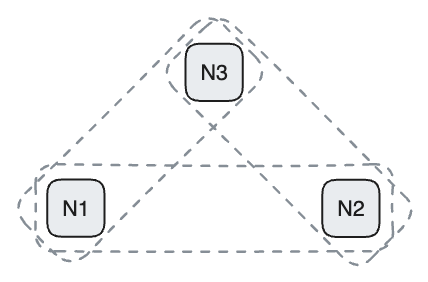
drmingdrmer/consensus-essence keeps this Excalidraw diagram as src/list/raxos/quorum-majority-3.excalidraw.png. Above is the earlier version. Source tidied: one line per element, renumbered; positions are measured from the earlier drawing's top-left corner, leaving out a move shared by most shapes.
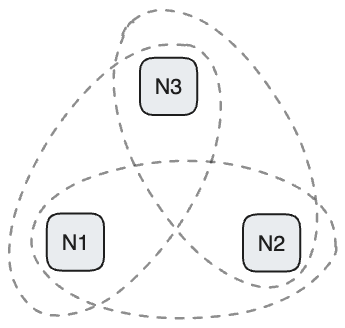
Above is the later version.

Diff of the diagram source:
```diff
@@ -1,9 +1,9 @@
-{"id": 0, "type": "rectangle", "strokeColor": "#1e1e1e", "backgroundColor": "#e9ecef", "fillStyle": "solid", "strokeWidth": 2, "roughness": 0, "round": true, "x": 48, "y": 136, "width": 57, "height": 57}
+{"id": 0, "type": "rectangle", "strokeColor": "#1e1e1e", "backgroundColor": "#e9ecef", "fillStyle": "solid", "strokeWidth": 2, "roughness": 0, "round": true, "x": 93, "y": 156, "width": 57, "height": 57}
-{"id": 1, "type": "text", "text": "N1", "strokeColor": "#1e1e1e", "strokeWidth": 2, "roughness": 1, "fontSize": 21.56, "fontFamily": 2, "textAlign": "center", "verticalAlign": "middle", "inside": 0, "x": 63, "y": 152, "width": 28, "height": 25}
+{"id": 1, "type": "text", "text": "N1", "strokeColor": "#1e1e1e", "strokeWidth": 2, "roughness": 1, "fontSize": 21.56, "fontFamily": 2, "textAlign": "center", "verticalAlign": "middle", "inside": 0, "x": 108, "y": 172, "width": 28, "height": 25}
-{"id": 2, "type": "rectangle", "strokeColor": "#1e1e1e", "backgroundColor": "#e9ecef", "fillStyle": "solid", "strokeWidth": 2, "roughness": 0, "round": true, "x": 323, "y": 136, "width": 57, "height": 57}
+{"id": 2, "type": "rectangle", "strokeColor": "#1e1e1e", "backgroundColor": "#e9ecef", "fillStyle": "solid", "strokeWidth": 2, "roughness": 0, "round": true, "x": 289, "y": 157, "width": 57, "height": 57}
-{"id": 3, "type": "text", "text": "N2", "strokeColor": "#1e1e1e", "strokeWidth": 2, "roughness": 1, "fontSize": 21.56, "fontFamily": 2, "textAlign": "center", "verticalAlign": "middle", "inside": 2, "x": 338, "y": 152, "width": 28, "height": 25}
+{"id": 3, "type": "text", "text": "N2", "strokeColor": "#1e1e1e", "strokeWidth": 2, "roughness": 1, "fontSize": 21.56, "fontFamily": 2, "textAlign": "center", "verticalAlign": "middle", "inside": 2, "x": 304, "y": 173, "width": 28, "height": 25}
 {"id": 4, "type": "rectangle", "strokeColor": "#1e1e1e", "backgroundColor": "#e9ecef", "fillStyle": "solid", "strokeWidth": 2, "roughness": 0, "round": true, "x": 186, "y": 0, "width": 57, "height": 57}
 {"id": 5, "type": "text", "text": "N3", "strokeColor": "#1e1e1e", "strokeWidth": 2, "roughness": 1, "fontSize": 21.56, "fontFamily": 2, "textAlign": "center", "verticalAlign": "middle", "inside": 4, "x": 201, "y": 16, "width": 28, "height": 25}
-{"id": 6, "type": "rectangle", "strokeColor": "#868e96", "strokeWidth": 2, "strokeStyle": "dashed", "roughness": 1, "round": true, "x": 36, "y": 121, "width": 357, "height": 87}
-{"id": 7, "type": "rectangle", "strokeColor": "#868e96", "angle": 0.79, "strokeWidth": 2, "strokeStyle": "dashed", "roughness": 1, "round": true, "x": 149, "y": 55, "width": 281, "height": 87}
-{"id": 8, "type": "rectangle", "strokeColor": "#868e96", "angle": 5.5, "strokeWidth": 2, "strokeStyle": "dashed", "roughness": 1, "round": true, "x": 0, "y": 53, "width": 281, "height": 87}
+{"id": 9, "type": "ellipse", "strokeColor": "#1e1e1e", "angle": 0.57, "strokeWidth": 2, "strokeStyle": "dashed", "roughness": 1, "opacity": 50, "round": true, "x": 83, "y": -31, "width": 157, "height": 306}
+{"id": 10, "type": "ellipse", "strokeColor": "#1e1e1e", "angle": 1.57, "strokeWidth": 2, "strokeStyle": "dashed", "roughness": 1, "opacity": 50, "round": true, "x": 151, "y": 29, "width": 157, "height": 306}
+{"id": 11, "type": "ellipse", "strokeColor": "#1e1e1e", "angle": 5.77, "strokeWidth": 2, "strokeStyle": "dashed", "roughness": 1, "opacity": 50, "round": true, "x": 183, "y": -62, "width": 157, "height": 306}
```
